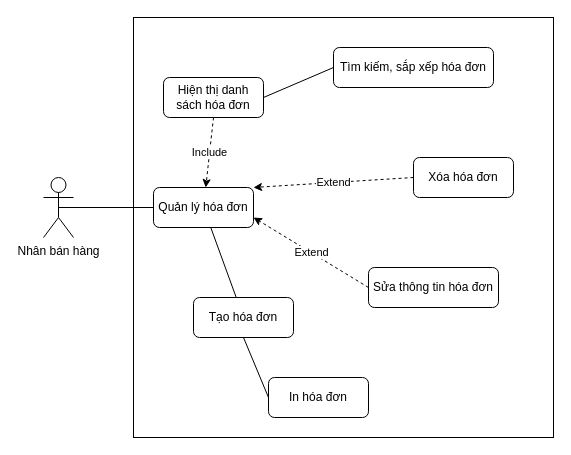
TccKaiCi/PTTK_CuaHangGiay keeps this draw.io diagram as Diagram/UseCase/QL_HoaDon.drawio. Above is the earlier version. Source tidied: cells renumbered, new cells numbered last; positions are measured from the earlier drawing's top-left corner, leaving out a move shared by most shapes. Both pictures are drawn from the tidied source at 100%, with x=0, y=0 at pixel (43, 17).
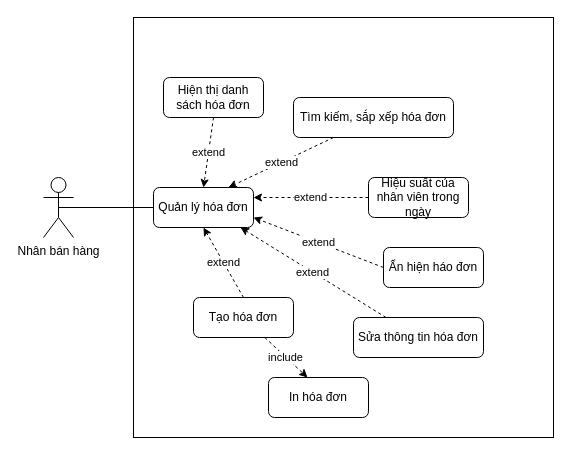
Above is the later version.

Diff of the diagram source:
```diff
@@
 <mxGraphModel>
   <root>
     <mxCell id="0" />
     <mxCell id="1" parent="0" />
     <mxCell id="2" value="Nhân bán hàng" style="shape=umlActor;verticalLabelPosition=bottom;verticalAlign=top;html=1;outlineConnect=0;" parent="1" vertex="1">
       <mxGeometry y="160" width="30" height="60" as="geometry" />
     </mxCell>
     <mxCell id="3" style="whiteSpace=wrap;html=1;fillColor=none;" parent="1" vertex="1">
       <mxGeometry x="90" width="420" height="420" as="geometry" />
     </mxCell>
     <mxCell id="4" value="Quản lý hóa đơn" style="rounded=1;whiteSpace=wrap;html=1;fillColor=none;" parent="1" vertex="1">
       <mxGeometry x="110" y="170" width="100" height="40" as="geometry" />
     </mxCell>
     <mxCell id="5" value="Tạo hóa đơn" style="rounded=1;whiteSpace=wrap;html=1;fillColor=none;" parent="1" vertex="1">
       <mxGeometry x="150" y="280" width="100" height="40" as="geometry" />
     </mxCell>
-    <mxCell id="6" value="Xóa hóa đơn" style="rounded=1;whiteSpace=wrap;html=1;fillColor=none;" parent="1" vertex="1">
-      <mxGeometry x="370" y="140" width="100" height="40" as="geometry" />
+    <mxCell id="6" value="Ẩn hiện háo đơn" style="rounded=1;whiteSpace=wrap;html=1;fillColor=none;" parent="1" vertex="1">
+      <mxGeometry x="340" y="230" width="100" height="40" as="geometry" />
     </mxCell>
     <mxCell id="7" value="Sửa thông tin hóa đơn" style="rounded=1;whiteSpace=wrap;html=1;fillColor=none;" parent="1" vertex="1">
-      <mxGeometry x="325" y="250" width="130" height="40" as="geometry" />
+      <mxGeometry x="310" y="300" width="130" height="40" as="geometry" />
     </mxCell>
     <mxCell id="8" value="In&amp;nbsp;hóa đơn" style="rounded=1;whiteSpace=wrap;html=1;fillColor=none;" parent="1" vertex="1">
       <mxGeometry x="225" y="360" width="100" height="40" as="geometry" />
     </mxCell>
     <mxCell id="9" value="Hiện thị danh sách hóa đơn" style="rounded=1;whiteSpace=wrap;html=1;fillColor=none;" parent="1" vertex="1">
       <mxGeometry x="120" y="60" width="100" height="40" as="geometry" />
     </mxCell>
     <mxCell id="10" style="endArrow=none;html=1;exitX=0.5;exitY=0.5;exitDx=0;exitDy=0;exitPerimeter=0;entryX=0;entryY=0.5;entryDx=0;entryDy=0;" parent="1" edge="1" source="2" target="4">
       <mxGeometry relative="1" as="geometry" />
     </mxCell>
+    <mxCell id="16" value="Tìm kiếm, sắp xếp hóa đơn" style="rounded=1;whiteSpace=wrap;html=1;fillColor=none;" parent="1" vertex="1">
+      <mxGeometry x="250" y="80" width="160" height="40" as="geometry" />
+    </mxCell>
+    <mxCell id="18" value="Hiệu suất của nhân viên trong ngày" style="rounded=1;whiteSpace=wrap;html=1;fillColor=none;" parent="1" vertex="1">
+      <mxGeometry x="325" y="160" width="100" height="40" as="geometry" />
+    </mxCell>
+    <mxCell id="13" value="extend" style="endArrow=classic;html=1;dashed=1;exitX=0.5;exitY=0;exitDx=0;exitDy=0;entryX=0.5;entryY=1;entryDx=0;entryDy=0;" parent="1" edge="1" source="5" target="4">
+      <mxGeometry relative="1" as="geometry" />
+    </mxCell>
+    <mxCell id="12" value="extend" style="endArrow=classic;html=1;dashed=1;exitX=0.25;exitY=0;exitDx=0;exitDy=0;entryX=0.87;entryY=1;entryDx=0;entryDy=0;entryPerimeter=0;" parent="1" edge="1" source="7" target="4">
+      <mxGeometry relative="1" as="geometry" />
+    </mxCell>
-    <mxCell id="11" value="Extend" style="endArrow=classic;html=1;dashed=1;exitX=0;exitY=0.5;exitDx=0;exitDy=0;entryX=1;entryY=0;entryDx=0;entryDy=0;" parent="1" edge="1" source="6" target="4">
+    <mxCell id="11" value="extend" style="endArrow=classic;html=1;dashed=1;exitX=0;exitY=0.5;exitDx=0;exitDy=0;entryX=1;entryY=0.75;entryDx=0;entryDy=0;" parent="1" edge="1" source="6" target="4">
       <mxGeometry relative="1" as="geometry" />
     </mxCell>
-    <mxCell id="12" value="Extend" style="endArrow=classic;html=1;dashed=1;exitX=0;exitY=0.5;exitDx=0;exitDy=0;entryX=1;entryY=0.75;entryDx=0;entryDy=0;" parent="1" edge="1" source="7" target="4">
-      <mxGeometry relative="1" as="geometry" />
-    </mxCell>
-    <mxCell id="13" style="endArrow=none;html=1;" parent="1" edge="1" source="5" target="4">
-      <mxGeometry relative="1" as="geometry" />
-    </mxCell>
+    <mxCell id="19" value="extend" style="endArrow=classic;html=1;dashed=1;exitX=0;exitY=0.5;exitDx=0;exitDy=0;entryX=1;entryY=0.25;entryDx=0;entryDy=0;" parent="1" edge="1" source="18" target="4">
+      <mxGeometry relative="1" as="geometry" />
+    </mxCell>
+    <mxCell id="20" value="extend" style="endArrow=classic;html=1;dashed=1;exitX=0.25;exitY=1;exitDx=0;exitDy=0;entryX=0.75;entryY=0;entryDx=0;entryDy=0;" parent="1" edge="1" source="16" target="4">
+      <mxGeometry relative="1" as="geometry" />
+    </mxCell>
-    <mxCell id="14" value="Include" style="endArrow=classic;html=1;dashed=1;exitX=0.5;exitY=1;exitDx=0;exitDy=0;" parent="1" edge="1" source="9" target="4">
+    <mxCell id="14" value="extend" style="endArrow=classic;html=1;dashed=1;exitX=0.5;exitY=1;exitDx=0;exitDy=0;entryX=0.5;entryY=0;entryDx=0;entryDy=0;" parent="1" edge="1" source="9" target="4">
       <mxGeometry relative="1" as="geometry" />
     </mxCell>
-    <mxCell id="15" style="endArrow=none;html=1;entryX=0.5;entryY=1;entryDx=0;entryDy=0;exitX=0;exitY=0.5;exitDx=0;exitDy=0;" parent="1" edge="1" source="8" target="5">
-      <mxGeometry relative="1" as="geometry" />
-    </mxCell>
-    <mxCell id="16" value="Tìm kiếm, sắp xếp hóa đơn" style="rounded=1;whiteSpace=wrap;html=1;fillColor=none;" parent="1" vertex="1">
-      <mxGeometry x="290" y="30" width="160" height="40" as="geometry" />
-    </mxCell>
-    <mxCell id="17" style="endArrow=none;html=1;entryX=1;entryY=0.5;entryDx=0;entryDy=0;exitX=0;exitY=0.5;exitDx=0;exitDy=0;" parent="1" edge="1" source="16" target="9">
-      <mxGeometry relative="1" as="geometry" />
-    </mxCell>
+    <mxCell id="21" value="include" style="endArrow=classic;html=1;dashed=1;entryX=0.39;entryY=0;entryDx=0;entryDy=0;entryPerimeter=0;" parent="1" edge="1" source="5" target="8">
+      <mxGeometry relative="1" as="geometry" />
+    </mxCell>
   </root>
 </mxGraphModel>
```
